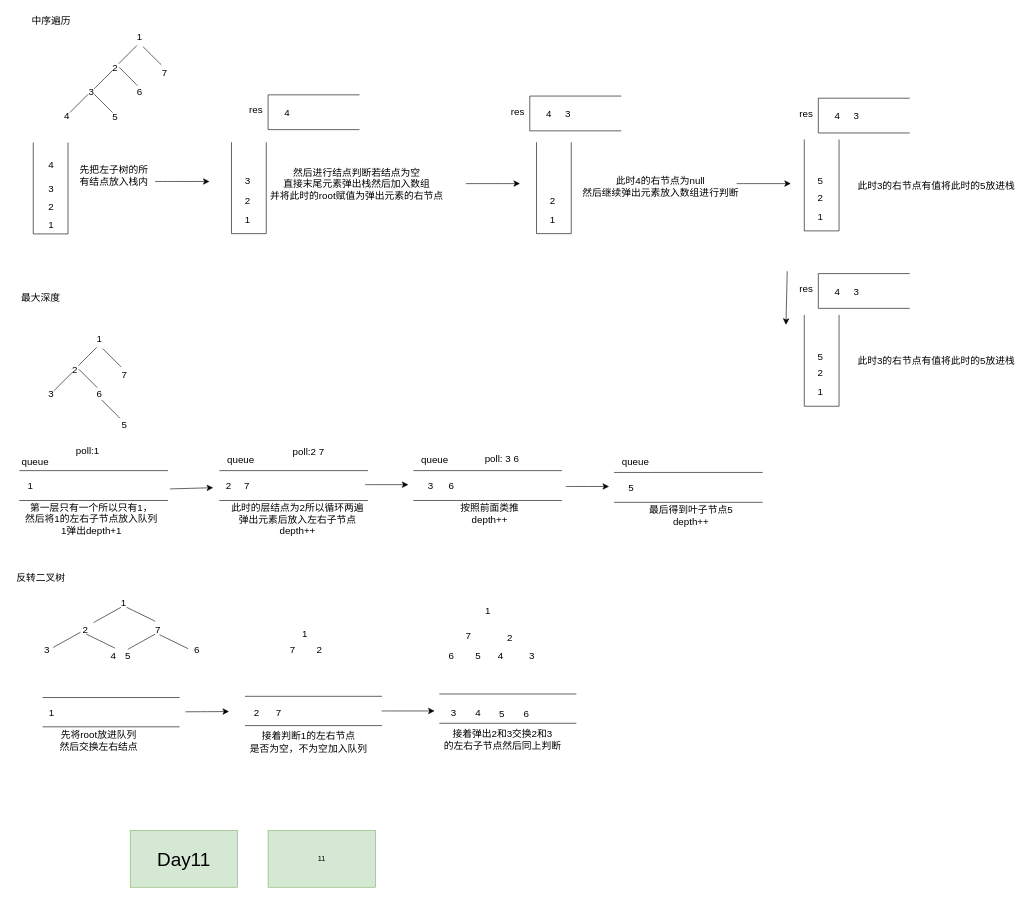
mianbaosao/drawio keeps this draw.io diagram as leetcode/leetcode.drawio. Above is the earlier version. Source tidied: cells renumbered, new cells numbered last; positions are measured from the earlier drawing's top-left corner, leaving out a move shared by most shapes. Both pictures are drawn from the tidied source at 61%, with x=0, y=0 at pixel (10, 10).
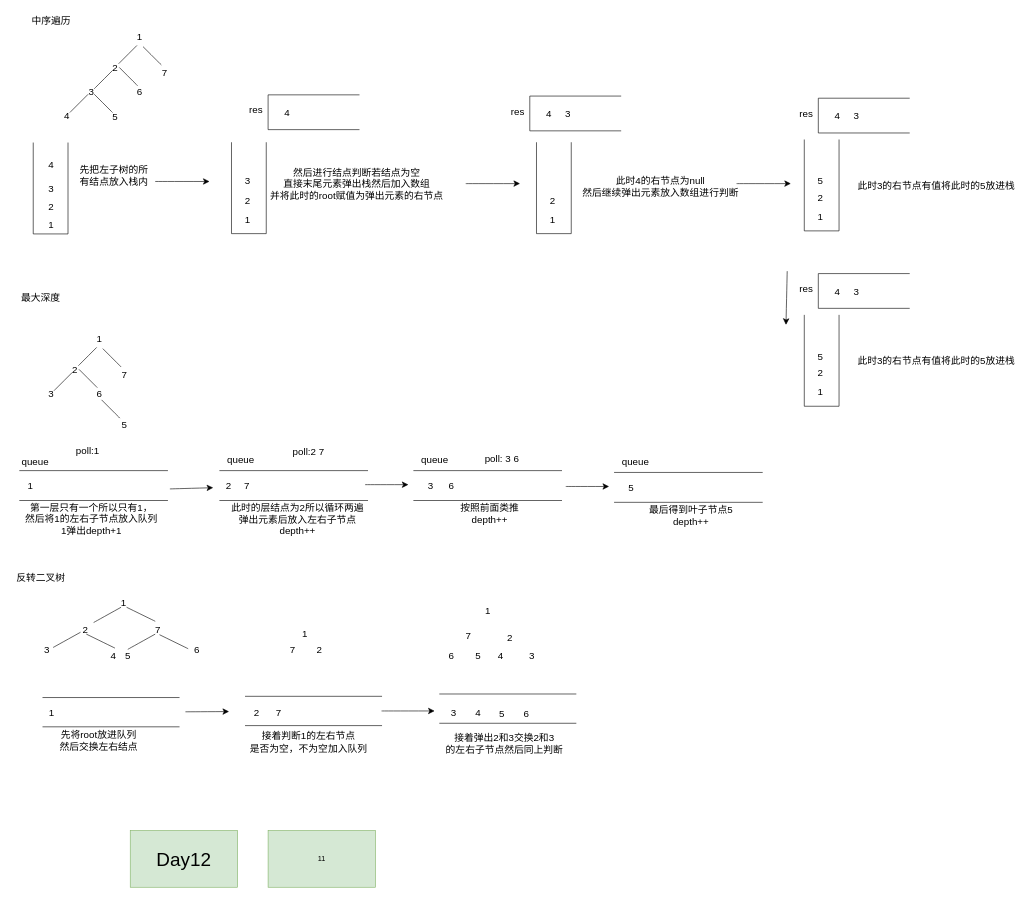
After the change.

Diff of the diagram source:
```diff
@@
     <mxCell id="118" value="接着弹出2和3交换2和3&lt;div&gt;的左右子节点然后同上判断&lt;/div&gt;" style="text;html=1;align=center;verticalAlign=middle;strokeColor=none;fillColor=none;fontSize=16;" parent="1" vertex="1">
-      <mxGeometry x="702" y="1170.2" width="210" height="50" as="geometry" />
+      <mxGeometry x="704.5" y="1177" width="210" height="50" as="geometry" />
     </mxCell>
@@
-    <mxCell id="135" value="&lt;font style=&quot;font-size: 31px;&quot;&gt;Day11&lt;/font&gt;" style="rounded=0;whiteSpace=wrap;html=1;fillColor=#d5e8d4;strokeColor=#82b366;" parent="1" vertex="1">
+    <mxCell id="135" value="&lt;font style=&quot;font-size: 31px;&quot;&gt;Day12&lt;/font&gt;" style="rounded=0;whiteSpace=wrap;html=1;fillColor=#d5e8d4;strokeColor=#82b366;" parent="1" vertex="1">
       <mxGeometry x="197" y="1344" width="176" height="93" as="geometry" />
     </mxCell>
```
